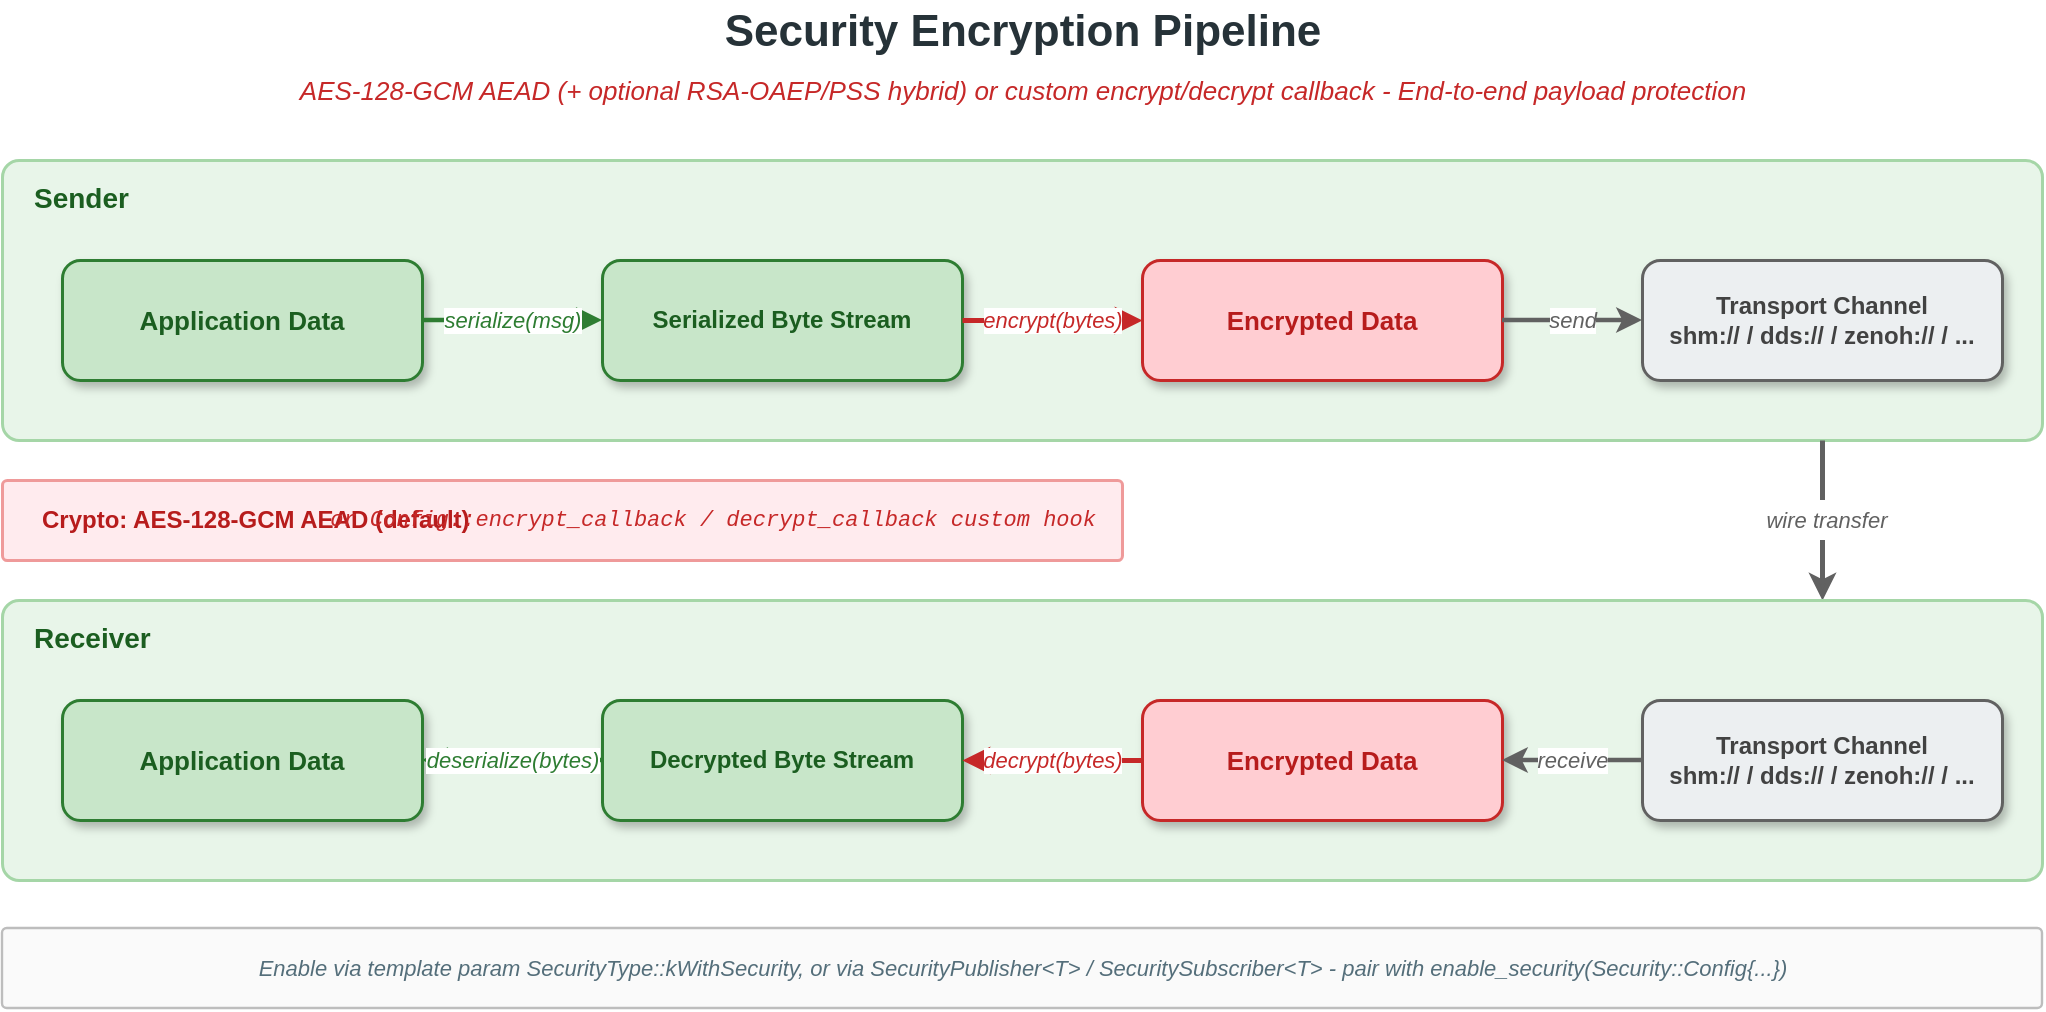
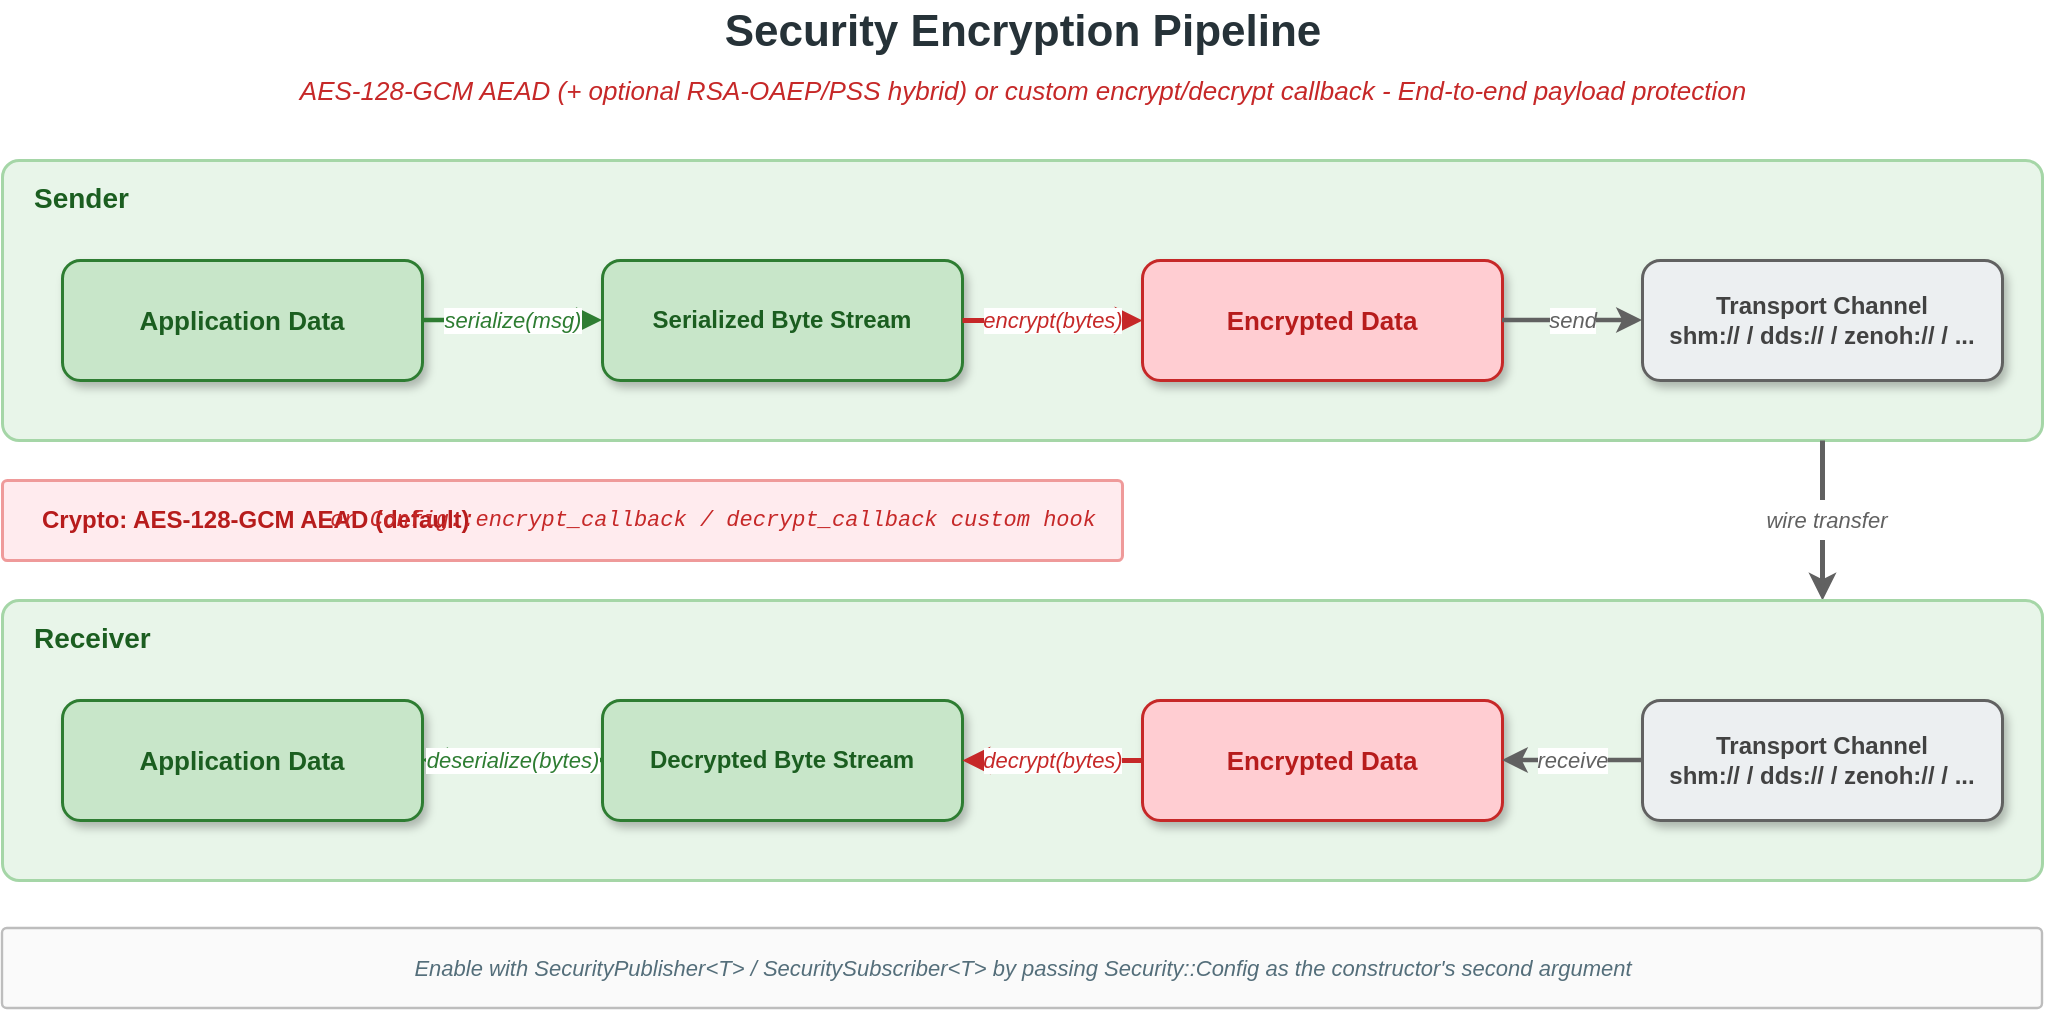
<mxfile host="app.diagrams.net" modified="2026-04-23T00:00:00.000Z" agent="Claude" version="24.0.0" type="device">
  <diagram id="security-pipeline" name="Security Pipeline">
    <mxGraphModel dx="1100" dy="560" grid="0" gridSize="10" guides="1" tooltips="1" connect="1" arrows="1" fold="1" page="1" pageScale="1" pageWidth="1100" pageHeight="560" math="0" shadow="0">
      <root>
        <mxCell id="0" />
        <mxCell id="1" parent="0" />

        <!-- Title -->
        <mxCell id="title" value="Security Encryption Pipeline" style="text;html=1;align=center;verticalAlign=middle;strokeColor=none;fillColor=none;fontSize=22;fontStyle=1;fontColor=#263238;" vertex="1" parent="1">
          <mxGeometry x="40" y="20" width="1020" height="32" as="geometry" />
        </mxCell>
        <mxCell id="subtitle" value="AES-128-GCM AEAD (+ optional RSA-OAEP/PSS hybrid) or custom encrypt/decrypt callback  -  End-to-end payload protection" style="text;html=1;align=center;verticalAlign=middle;strokeColor=none;fillColor=none;fontSize=13;fontStyle=2;fontColor=#c62828;" vertex="1" parent="1">
          <mxGeometry x="40" y="54" width="1020" height="22" as="geometry" />
        </mxCell>

        <!-- Sender row background -->
        <mxCell id="snd_bg" value="" style="rounded=1;whiteSpace=wrap;html=1;fillColor=#e8f5e9;strokeColor=#a5d6a7;strokeWidth=1.5;arcSize=6;" vertex="1" parent="1">
          <mxGeometry x="40" y="100" width="1020" height="140" as="geometry" />
        </mxCell>
        <mxCell id="snd_t" value="Sender" style="text;html=1;align=left;verticalAlign=middle;strokeColor=none;fillColor=none;fontSize=14;fontStyle=1;fontColor=#1b5e20;" vertex="1" parent="1">
          <mxGeometry x="54" y="108" width="200" height="22" as="geometry" />
        </mxCell>

        <!-- Sender boxes -->
        <mxCell id="s1" value="Application Data" style="rounded=1;whiteSpace=wrap;html=1;fillColor=#c8e6c9;strokeColor=#2e7d32;strokeWidth=1.5;fontSize=13;fontStyle=1;fontColor=#1b5e20;align=center;shadow=1;" vertex="1" parent="1">
          <mxGeometry x="70" y="150" width="180" height="60" as="geometry" />
        </mxCell>
        <mxCell id="s2" value="Serialized Byte Stream" style="rounded=1;whiteSpace=wrap;html=1;fillColor=#c8e6c9;strokeColor=#2e7d32;strokeWidth=1.5;fontSize=12;fontStyle=1;fontColor=#1b5e20;align=center;shadow=1;" vertex="1" parent="1">
          <mxGeometry x="340" y="150" width="180" height="60" as="geometry" />
        </mxCell>
        <mxCell id="s3" value="Encrypted Data" style="rounded=1;whiteSpace=wrap;html=1;fillColor=#ffcdd2;strokeColor=#c62828;strokeWidth=1.5;fontSize=13;fontStyle=1;fontColor=#b71c1c;align=center;shadow=1;" vertex="1" parent="1">
          <mxGeometry x="610" y="150" width="180" height="60" as="geometry" />
        </mxCell>
        <mxCell id="s4" value="Transport Channel&#10;shm:// / dds:// / zenoh:// / ..." style="rounded=1;whiteSpace=wrap;html=1;fillColor=#eceff1;strokeColor=#616161;strokeWidth=1.5;fontSize=12;fontStyle=1;fontColor=#424242;align=center;shadow=1;" vertex="1" parent="1">
          <mxGeometry x="860" y="150" width="180" height="60" as="geometry" />
        </mxCell>

        <!-- Sender arrows -->
        <mxCell id="sa1" value="serialize(msg)" style="endArrow=classic;endFill=1;html=1;strokeColor=#2e7d32;strokeWidth=2.2;fontSize=11;fontStyle=2;fontColor=#2e7d32;labelBackgroundColor=#ffffff;" edge="1" parent="1" source="s1" target="s2">
          <mxGeometry relative="1" as="geometry" />
        </mxCell>
        <mxCell id="sa2" value="encrypt(bytes)" style="endArrow=classic;endFill=1;html=1;strokeColor=#c62828;strokeWidth=2.5;fontSize=11;fontStyle=2;fontColor=#c62828;labelBackgroundColor=#ffffff;" edge="1" parent="1" source="s2" target="s3">
          <mxGeometry relative="1" as="geometry" />
        </mxCell>
        <mxCell id="sa3" value="send" style="endArrow=classic;endFill=1;html=1;strokeColor=#616161;strokeWidth=2.2;fontSize=11;fontStyle=2;fontColor=#616161;labelBackgroundColor=#ffffff;" edge="1" parent="1" source="s3" target="s4">
          <mxGeometry relative="1" as="geometry" />
        </mxCell>

        <!-- Middle: transport arrow -->
        <mxCell id="mid_arr" value="" style="endArrow=classic;endFill=1;html=1;strokeColor=#616161;strokeWidth=2.5;" edge="1" parent="1">
          <mxGeometry relative="1" as="geometry">
            <mxPoint x="950" y="240" as="sourcePoint" />
            <mxPoint x="950" y="320" as="targetPoint" />
          </mxGeometry>
        </mxCell>
        <mxCell id="mid_l" value="wire transfer" style="text;html=1;align=center;verticalAlign=middle;strokeColor=none;fillColor=#ffffff;fontSize=11;fontStyle=2;fontColor=#616161;labelBackgroundColor=#ffffff;" vertex="1" parent="1">
          <mxGeometry x="892" y="270" width="120" height="20" as="geometry" />
        </mxCell>

        <!-- Crypto note (red) -->
        <mxCell id="note_bg" value="" style="rounded=1;whiteSpace=wrap;html=1;fillColor=#ffebee;strokeColor=#ef9a9a;strokeWidth=1.5;arcSize=6;" vertex="1" parent="1">
          <mxGeometry x="40" y="260" width="560" height="40" as="geometry" />
        </mxCell>
        <mxCell id="note_t" value="Crypto:  AES-128-GCM AEAD  (default)" style="text;html=1;align=left;verticalAlign=middle;strokeColor=none;fillColor=none;fontSize=12;fontStyle=1;fontColor=#b71c1c;" vertex="1" parent="1">
          <mxGeometry x="58" y="266" width="240" height="28" as="geometry" />
        </mxCell>
        <mxCell id="note_l" value="or Config::encrypt_callback / decrypt_callback custom hook" style="text;html=1;align=right;verticalAlign=middle;strokeColor=none;fillColor=none;fontSize=11;fontStyle=2;fontColor=#c62828;fontFamily=Courier New;" vertex="1" parent="1">
          <mxGeometry x="300" y="266" width="288" height="28" as="geometry" />
        </mxCell>

        <!-- Receiver row background -->
        <mxCell id="rcv_bg" value="" style="rounded=1;whiteSpace=wrap;html=1;fillColor=#e8f5e9;strokeColor=#a5d6a7;strokeWidth=1.5;arcSize=6;" vertex="1" parent="1">
          <mxGeometry x="40" y="320" width="1020" height="140" as="geometry" />
        </mxCell>
        <mxCell id="rcv_t" value="Receiver" style="text;html=1;align=left;verticalAlign=middle;strokeColor=none;fillColor=none;fontSize=14;fontStyle=1;fontColor=#1b5e20;" vertex="1" parent="1">
          <mxGeometry x="54" y="328" width="200" height="22" as="geometry" />
        </mxCell>

        <!-- Receiver boxes (right to left flow) -->
        <mxCell id="r4" value="Transport Channel&#10;shm:// / dds:// / zenoh:// / ..." style="rounded=1;whiteSpace=wrap;html=1;fillColor=#eceff1;strokeColor=#616161;strokeWidth=1.5;fontSize=12;fontStyle=1;fontColor=#424242;align=center;shadow=1;" vertex="1" parent="1">
          <mxGeometry x="860" y="370" width="180" height="60" as="geometry" />
        </mxCell>
        <mxCell id="r3" value="Encrypted Data" style="rounded=1;whiteSpace=wrap;html=1;fillColor=#ffcdd2;strokeColor=#c62828;strokeWidth=1.5;fontSize=13;fontStyle=1;fontColor=#b71c1c;align=center;shadow=1;" vertex="1" parent="1">
          <mxGeometry x="610" y="370" width="180" height="60" as="geometry" />
        </mxCell>
        <mxCell id="r2" value="Decrypted Byte Stream" style="rounded=1;whiteSpace=wrap;html=1;fillColor=#c8e6c9;strokeColor=#2e7d32;strokeWidth=1.5;fontSize=12;fontStyle=1;fontColor=#1b5e20;align=center;shadow=1;" vertex="1" parent="1">
          <mxGeometry x="340" y="370" width="180" height="60" as="geometry" />
        </mxCell>
        <mxCell id="r1" value="Application Data" style="rounded=1;whiteSpace=wrap;html=1;fillColor=#c8e6c9;strokeColor=#2e7d32;strokeWidth=1.5;fontSize=13;fontStyle=1;fontColor=#1b5e20;align=center;shadow=1;" vertex="1" parent="1">
          <mxGeometry x="70" y="370" width="180" height="60" as="geometry" />
        </mxCell>

        <!-- Receiver arrows (right to left) -->
        <mxCell id="ra1" value="receive" style="endArrow=classic;endFill=1;html=1;strokeColor=#616161;strokeWidth=2.2;fontSize=11;fontStyle=2;fontColor=#616161;labelBackgroundColor=#ffffff;" edge="1" parent="1" source="r4" target="r3">
          <mxGeometry relative="1" as="geometry" />
        </mxCell>
        <mxCell id="ra2" value="decrypt(bytes)" style="endArrow=classic;endFill=1;html=1;strokeColor=#c62828;strokeWidth=2.5;fontSize=11;fontStyle=2;fontColor=#c62828;labelBackgroundColor=#ffffff;" edge="1" parent="1" source="r3" target="r2">
          <mxGeometry relative="1" as="geometry" />
        </mxCell>
        <mxCell id="ra3" value="deserialize(bytes)" style="endArrow=classic;endFill=1;html=1;strokeColor=#2e7d32;strokeWidth=2.2;fontSize=11;fontStyle=2;fontColor=#2e7d32;labelBackgroundColor=#ffffff;" edge="1" parent="1" source="r2" target="r1">
          <mxGeometry relative="1" as="geometry" />
        </mxCell>

        <!-- Footer legend -->
        <mxCell id="foot_bg" value="" style="rounded=1;whiteSpace=wrap;html=1;fillColor=#fafafa;strokeColor=#bdbdbd;strokeWidth=1.2;arcSize=6;" vertex="1" parent="1">
          <mxGeometry x="40" y="484" width="1020" height="40" as="geometry" />
        </mxCell>
-         <mxCell id="foot_l" value="Enable via template param SecurityType::kWithSecurity, or via SecurityPublisher&amp;lt;T&amp;gt; / SecuritySubscriber&amp;lt;T&amp;gt; - pair with enable_security(Security::Config{...})" style="text;html=1;align=center;verticalAlign=middle;strokeColor=none;fillColor=none;fontSize=11;fontStyle=2;fontColor=#546e7a;" vertex="1" parent="1">
+         <mxCell id="foot_l" value="Enable with SecurityPublisher&amp;lt;T&amp;gt; / SecuritySubscriber&amp;lt;T&amp;gt; by passing Security::Config as the constructor's second argument" style="text;html=1;align=center;verticalAlign=middle;strokeColor=none;fillColor=none;fontSize=11;fontStyle=2;fontColor=#546e7a;" vertex="1" parent="1">
          <mxGeometry x="50" y="490" width="1000" height="28" as="geometry" />
        </mxCell>

      </root>
    </mxGraphModel>
  </diagram>
</mxfile>
